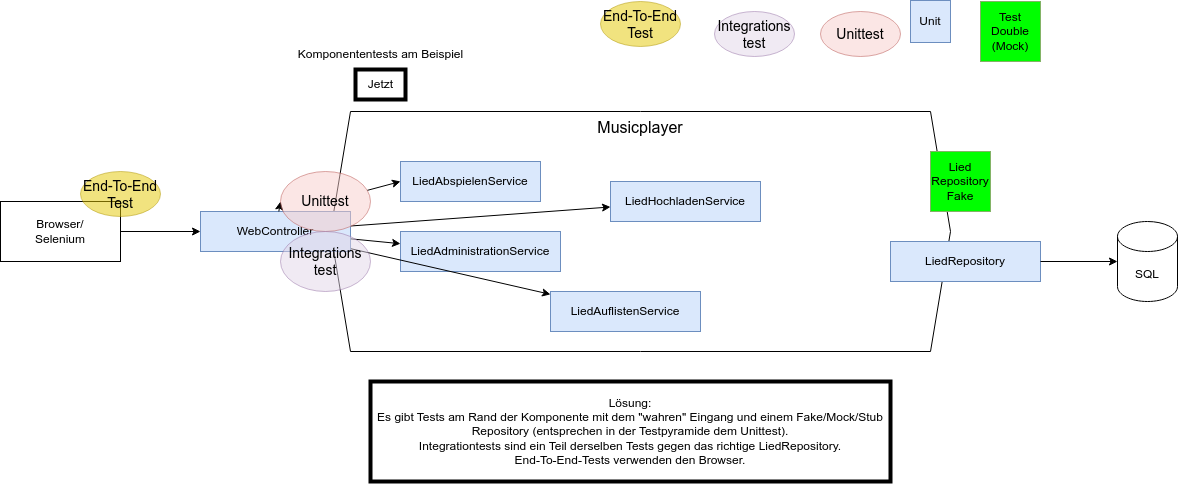
The draw.io diagram documentation/componenttests.drawio.png in buster/acmemusic, before a commit. Source tidied: cells renumbered, new cells last; positions are measured from the earlier drawing's top-left corner, leaving out a move shared by most shapes.
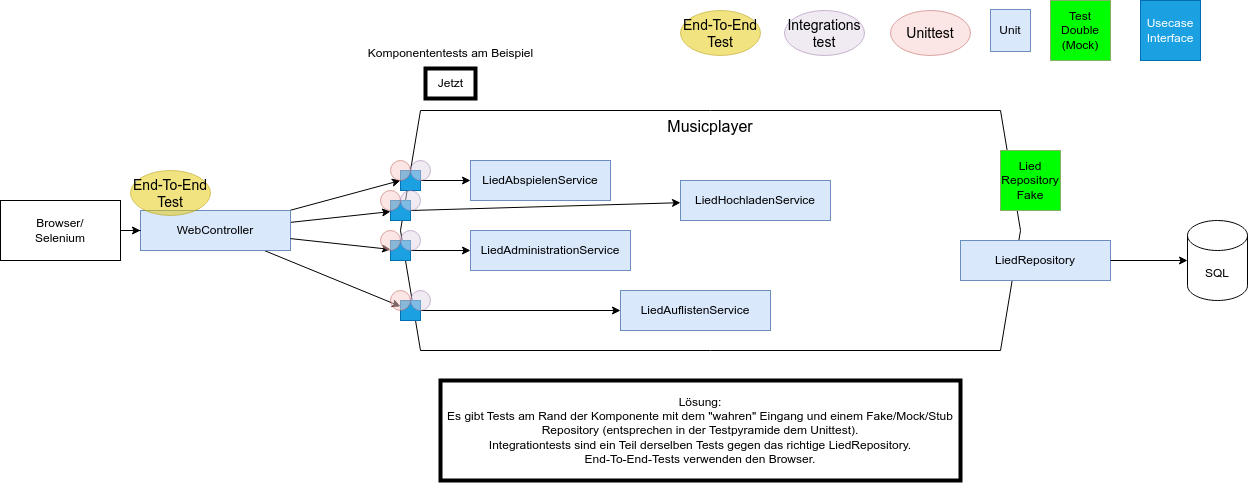
The same diagram one commit later.

Change to the diagram source:
```diff
@@ -24,25 +24,34 @@
       <mxGeometry x="550" y="291" width="150" height="40" as="geometry" />
     </mxCell>
     <mxCell id="9" value="Unit" style="rounded=0;whiteSpace=wrap;html=1;fillColor=#dae8fc;strokeColor=#6c8ebf;" parent="1" vertex="1">
-      <mxGeometry x="910" width="40" height="42" as="geometry" />
+      <mxGeometry x="920" y="10" width="40" height="42" as="geometry" />
     </mxCell>
     <mxCell id="10" value="LiedRepository" style="rounded=0;whiteSpace=wrap;html=1;fillColor=#dae8fc;strokeColor=#6c8ebf;" parent="1" vertex="1">
       <mxGeometry x="890" y="241" width="150" height="40" as="geometry" />
     </mxCell>
-    <mxCell id="11" style="rounded=0;jettySize=auto;html=1;entryX=0;entryY=0.5;entryDx=0;entryDy=0;" parent="1" edge="1" source="24" target="5">
+    <mxCell id="11" style="rounded=0;jettySize=auto;html=1;entryX=0;entryY=0.5;entryDx=0;entryDy=0;exitX=1;exitY=0.5;exitDx=0;exitDy=0;" parent="1" edge="1" source="37" target="5">
       <mxGeometry relative="1" as="geometry" />
     </mxCell>
-    <mxCell id="12" style="rounded=0;jettySize=auto;html=1;" parent="1" edge="1" source="15" target="6">
+    <mxCell id="12" style="rounded=0;jettySize=auto;html=1;" parent="1" edge="1" source="39" target="6">
       <mxGeometry relative="1" as="geometry" />
     </mxCell>
-    <mxCell id="13" style="rounded=0;jettySize=auto;html=1;" parent="1" edge="1" source="15" target="8">
+    <mxCell id="13" style="rounded=0;jettySize=auto;html=1;" parent="1" edge="1" source="40" target="8">
       <mxGeometry relative="1" as="geometry" />
     </mxCell>
-    <mxCell id="14" style="rounded=0;jettySize=auto;html=1;" parent="1" edge="1" source="15" target="7">
+    <mxCell id="14" style="rounded=0;jettySize=auto;html=1;exitX=1;exitY=0.5;exitDx=0;exitDy=0;" parent="1" edge="1" source="38" target="7">
       <mxGeometry relative="1" as="geometry" />
     </mxCell>
+    <mxCell id="33" style="rounded=0;jettySize=auto;html=1;entryX=0;entryY=0.5;entryDx=0;entryDy=0;" parent="1" edge="1" source="15" target="37">
+      <mxGeometry relative="1" as="geometry" />
+    </mxCell>
+    <mxCell id="34" style="rounded=0;jettySize=auto;html=1;" parent="1" edge="1" source="15" target="40">
+      <mxGeometry relative="1" as="geometry" />
+    </mxCell>
+    <mxCell id="35" style="rounded=0;jettySize=auto;html=1;" parent="1" edge="1" source="15" target="38">
+      <mxGeometry relative="1" as="geometry" />
+    </mxCell>
     <mxCell id="15" value="WebController" style="rounded=0;whiteSpace=wrap;html=1;fillColor=#dae8fc;strokeColor=#6c8ebf;" parent="1" vertex="1">
-      <mxGeometry x="200" y="211" width="150" height="40" as="geometry" />
+      <mxGeometry x="70" y="211" width="150" height="40" as="geometry" />
     </mxCell>
     <mxCell id="16" value="SQL" style="shape=cylinder3;whiteSpace=wrap;html=1;boundedLbl=1;backgroundOutline=1;size=15;" parent="1" vertex="1">
       <mxGeometry x="1117" y="221" width="60" height="80" as="geometry" />
@@ -51,7 +60,7 @@
       <mxGeometry relative="1" as="geometry" />
     </mxCell>
     <mxCell id="18" value="Browser/&lt;br&gt;Selenium" style="rounded=0;whiteSpace=wrap;html=1;" parent="1" vertex="1">
-      <mxGeometry y="201" width="120" height="60" as="geometry" />
+      <mxGeometry x="-70" y="201" width="120" height="60" as="geometry" />
     </mxCell>
     <mxCell id="19" style="edgeStyle=orthogonalEdgeStyle;rounded=0;jettySize=auto;html=1;entryX=0;entryY=0.5;entryDx=0;entryDy=0;entryPerimeter=0;" parent="1" edge="1" source="10" target="16">
       <mxGeometry relative="1" as="geometry" />
@@ -62,32 +71,65 @@
     <mxCell id="21" value="Test Double (Mock)" style="whiteSpace=wrap;html=1;fillColor=#00FF00;strokeColor=#82b366;" parent="1" vertex="1">
       <mxGeometry x="980" y="1" width="60" height="60" as="geometry" />
     </mxCell>
-    <mxCell id="22" value="Unittest" style="ellipse;whiteSpace=wrap;html=1;fillColor=#f8cecc;strokeColor=#b85450;fontSize=14;opacity=50;" parent="1" vertex="1">
-      <mxGeometry x="820" y="11" width="80" height="45" as="geometry" />
-    </mxCell>
-    <mxCell id="23" style="rounded=0;jettySize=auto;html=1;entryX=0;entryY=0.5;entryDx=0;entryDy=0;" parent="1" edge="1" source="15" target="24">
-      <mxGeometry relative="1" as="geometry" />
-    </mxCell>
-    <mxCell id="24" value="Unittest" style="ellipse;whiteSpace=wrap;html=1;fillColor=#f8cecc;strokeColor=#b85450;fontSize=14;opacity=50;" parent="1" vertex="1">
-      <mxGeometry x="280" y="171" width="90" height="60" as="geometry" />
-    </mxCell>
-    <mxCell id="25" value="Integrations&lt;br&gt;test" style="ellipse;whiteSpace=wrap;html=1;fillColor=#e1d5e7;strokeColor=#9673a6;fontSize=14;opacity=50;" parent="1" vertex="1">
-      <mxGeometry x="714" y="11" width="80" height="45" as="geometry" />
-    </mxCell>
+    <mxCell id="36" value="Usecase&lt;br&gt;Interface" style="whiteSpace=wrap;html=1;fillColor=#1ba1e2;strokeColor=#006EAF;fontColor=#ffffff;" parent="1" vertex="1">
+      <mxGeometry x="1070" y="1" width="60" height="60" as="geometry" />
+    </mxCell>
+    <mxCell id="37" style="whiteSpace=wrap;html=1;fillColor=#1ba1e2;strokeColor=#006EAF;fontColor=#ffffff;" parent="1" vertex="1">
+      <mxGeometry x="330" y="171" width="20" height="20" as="geometry" />
+    </mxCell>
+    <mxCell id="38" style="whiteSpace=wrap;html=1;fillColor=#1ba1e2;strokeColor=#006EAF;fontColor=#ffffff;" parent="1" vertex="1">
+      <mxGeometry x="320" y="201" width="20" height="20" as="geometry" />
+    </mxCell>
+    <mxCell id="39" style="whiteSpace=wrap;html=1;fillColor=#1ba1e2;strokeColor=#006EAF;fontColor=#ffffff;" parent="1" vertex="1">
+      <mxGeometry x="320" y="241" width="20" height="20" as="geometry" />
+    </mxCell>
+    <mxCell id="40" style="whiteSpace=wrap;html=1;fillColor=#1ba1e2;strokeColor=#006EAF;fontColor=#ffffff;" parent="1" vertex="1">
+      <mxGeometry x="330" y="301" width="20" height="20" as="geometry" />
+    </mxCell>
+    <mxCell id="41" style="rounded=0;jettySize=auto;html=1;" parent="1" edge="1" source="15" target="39">
+      <mxGeometry relative="1" as="geometry" />
+    </mxCell>
+    <mxCell id="42" style="ellipse;whiteSpace=wrap;html=1;fillColor=#f8cecc;strokeColor=#b85450;fontSize=14;opacity=50;" parent="1" vertex="1">
+      <mxGeometry x="310" y="191" width="20" height="20" as="geometry" />
+    </mxCell>
+    <mxCell id="43" style="ellipse;whiteSpace=wrap;html=1;fillColor=#e1d5e7;strokeColor=#9673a6;fontSize=14;opacity=50;" parent="1" vertex="1">
+      <mxGeometry x="330" y="191" width="20" height="20" as="geometry" />
+    </mxCell>
+    <mxCell id="44" style="ellipse;whiteSpace=wrap;html=1;fillColor=#f8cecc;strokeColor=#b85450;fontSize=14;opacity=50;" parent="1" vertex="1">
+      <mxGeometry x="310" y="231" width="20" height="20" as="geometry" />
+    </mxCell>
+    <mxCell id="45" style="ellipse;whiteSpace=wrap;html=1;fillColor=#e1d5e7;strokeColor=#9673a6;fontSize=14;opacity=50;" parent="1" vertex="1">
+      <mxGeometry x="330" y="231" width="20" height="20" as="geometry" />
+    </mxCell>
+    <mxCell id="46" style="ellipse;whiteSpace=wrap;html=1;fillColor=#f8cecc;strokeColor=#b85450;fontSize=14;opacity=50;" parent="1" vertex="1">
+      <mxGeometry x="320" y="291" width="20" height="20" as="geometry" />
+    </mxCell>
+    <mxCell id="47" style="ellipse;whiteSpace=wrap;html=1;fillColor=#e1d5e7;strokeColor=#9673a6;fontSize=14;opacity=50;" parent="1" vertex="1">
+      <mxGeometry x="340" y="291" width="20" height="20" as="geometry" />
+    </mxCell>
     <mxCell id="26" value="Unittests" parent="0" />
     <mxCell id="27" value="Lied&lt;br&gt;Repository&lt;br&gt;Fake" style="whiteSpace=wrap;html=1;fillColor=#00FF00;strokeColor=#82b366;" parent="26" vertex="1">
       <mxGeometry x="930" y="151" width="60" height="60" as="geometry" />
     </mxCell>
+    <mxCell id="22" value="Unittest" style="ellipse;whiteSpace=wrap;html=1;fillColor=#f8cecc;strokeColor=#b85450;fontSize=14;opacity=50;" parent="26" vertex="1">
+      <mxGeometry x="820" y="11" width="80" height="45" as="geometry" />
+    </mxCell>
+    <mxCell id="48" style="ellipse;whiteSpace=wrap;html=1;fillColor=#f8cecc;strokeColor=#b85450;fontSize=14;opacity=50;" parent="26" vertex="1">
+      <mxGeometry x="320" y="161" width="20" height="20" as="geometry" />
+    </mxCell>
     <mxCell id="28" value="Integrationstest" parent="0" />
-    <mxCell id="29" value="Integrations&lt;br&gt;test" style="ellipse;whiteSpace=wrap;html=1;fillColor=#e1d5e7;strokeColor=#9673a6;fontSize=14;opacity=50;" parent="28" vertex="1">
-      <mxGeometry x="280" y="231" width="90" height="60" as="geometry" />
+    <mxCell id="29" style="ellipse;whiteSpace=wrap;html=1;fillColor=#e1d5e7;strokeColor=#9673a6;fontSize=14;opacity=50;" parent="28" vertex="1">
+      <mxGeometry x="340" y="161" width="20" height="20" as="geometry" />
     </mxCell>
+    <mxCell id="25" value="Integrations&lt;br&gt;test" style="ellipse;whiteSpace=wrap;html=1;fillColor=#e1d5e7;strokeColor=#9673a6;fontSize=14;opacity=50;" parent="28" vertex="1">
+      <mxGeometry x="714" y="11" width="80" height="45" as="geometry" />
+    </mxCell>
     <mxCell id="30" value="EndToEnd" parent="0" />
     <mxCell id="31" value="End-To-End&lt;br&gt;Test" style="ellipse;whiteSpace=wrap;html=1;fillColor=#e3c800;strokeColor=#B09500;fontSize=14;opacity=50;fontColor=#000000;" parent="30" vertex="1">
-      <mxGeometry x="600" y="1" width="80" height="45" as="geometry" />
+      <mxGeometry x="610" y="11" width="80" height="45" as="geometry" />
     </mxCell>
     <mxCell id="32" value="End-To-End&lt;br&gt;Test" style="ellipse;whiteSpace=wrap;html=1;fillColor=#e3c800;strokeColor=#B09500;fontSize=14;opacity=50;fontColor=#000000;" parent="30" vertex="1">
-      <mxGeometry x="80" y="171" width="80" height="45" as="geometry" />
+      <mxGeometry x="60" y="171" width="80" height="45" as="geometry" />
     </mxCell>
   </root>
 </mxGraphModel>
```
